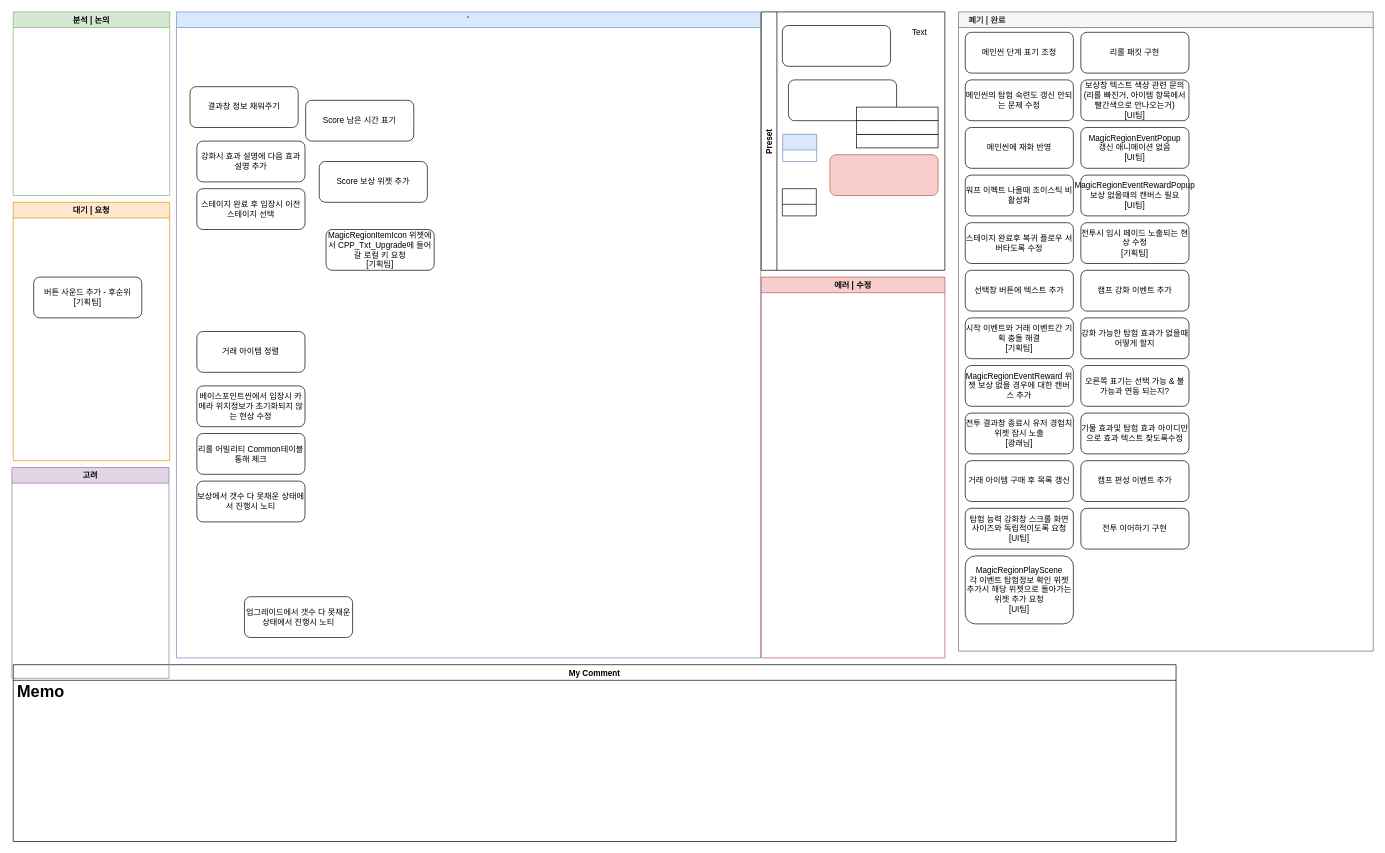
Earlier version of the draw.io diagram 로그라이트.drawio (Endorr/Job-Board). Source tidied: cells renumbered, new cells numbered last; positions are measured from the earlier drawing's top-left corner, leaving out a move shared by most shapes. Both pictures are drawn from the tidied source at 68%, with x=0, y=0 at pixel (12, 12).
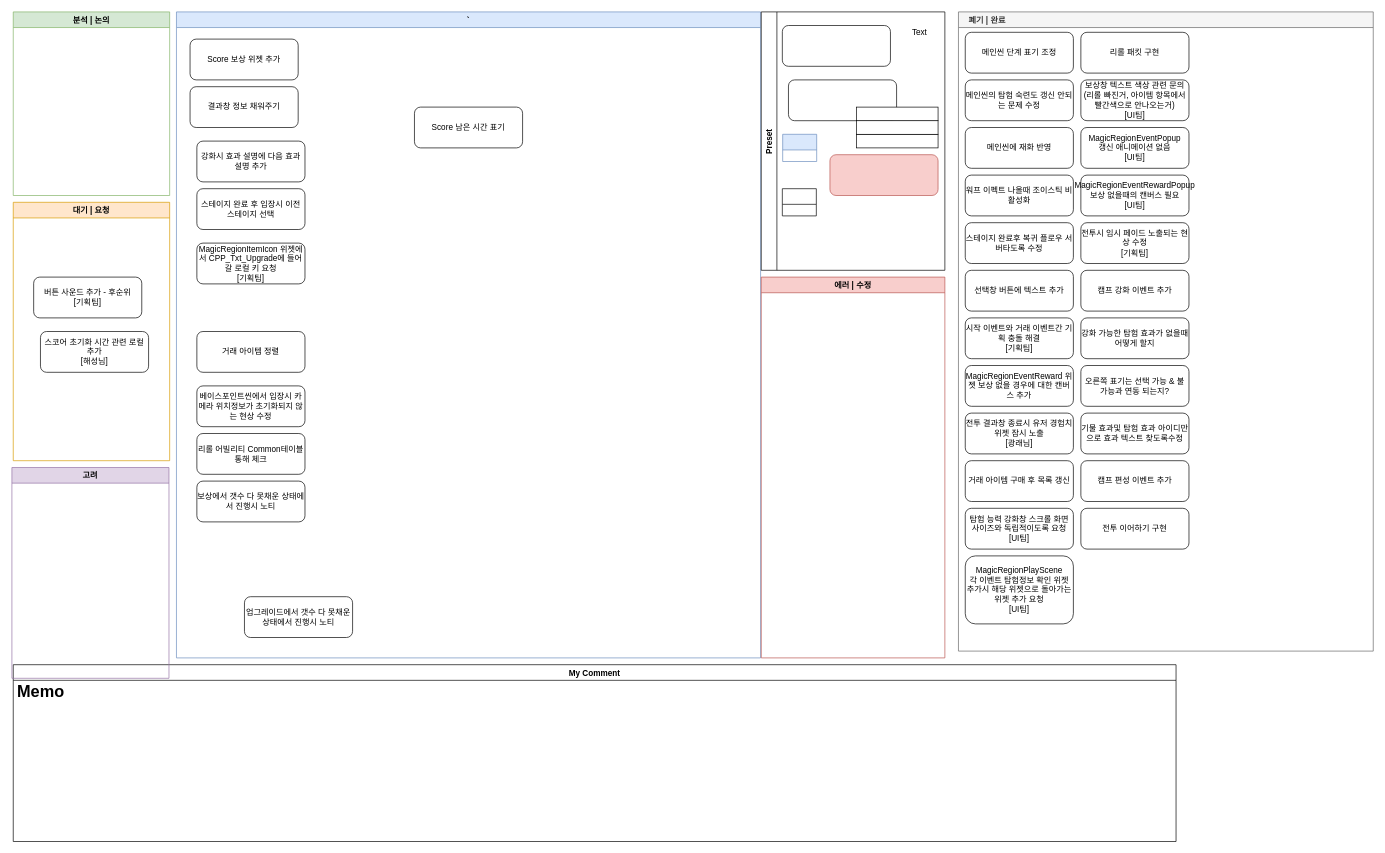
The same diagram, later.

Commit message:
로그라이트.drawio 업데이트

Unchanged cells that the change refers to:
```xml
<mxCell id="2" value="`" style="swimlane;fillColor=#dae8fc;strokeColor=#6c8ebf;" parent="1" vertex="1">
  <mxGeometry x="242" width="859" height="950" as="geometry" />
</mxCell>
<mxCell id="15" value="대기 | 요청" style="swimlane;strokeColor=#d79b00;fillColor=#ffe6cc;" parent="1" vertex="1">
  <mxGeometry x="2" y="280" width="230" height="380" as="geometry" />
</mxCell>
```

Change to the diagram source:
```diff
@@
     <mxCell id="11" value="MagicRegionItemIcon 위젯에서 CPP_Txt_Upgrade에 들어갈 로컬 키 요청&lt;br&gt;[기획팀]" style="rounded=1;whiteSpace=wrap;html=1;" parent="2" vertex="1">
-      <mxGeometry x="220" y="320" width="159" height="60" as="geometry" />
+      <mxGeometry x="30" y="340" width="159" height="60" as="geometry" />
     </mxCell>
     <mxCell id="12" value="Score 남은 시간 표기" style="rounded=1;whiteSpace=wrap;html=1;" parent="2" vertex="1">
-      <mxGeometry x="190" y="130" width="159" height="60" as="geometry" />
+      <mxGeometry x="350" y="140" width="159" height="60" as="geometry" />
     </mxCell>
     <mxCell id="13" value="Score 보상 위젯 추가" style="rounded=1;whiteSpace=wrap;html=1;" parent="2" vertex="1">
-      <mxGeometry x="210" y="220" width="159" height="60" as="geometry" />
+      <mxGeometry x="20" y="40" width="159" height="60" as="geometry" />
     </mxCell>
@@
+    <mxCell id="56" value="스코어 초기화 시간 관련 로컬 추가&lt;br&gt;[해성님]" style="rounded=1;whiteSpace=wrap;html=1;" parent="15" vertex="1">
+      <mxGeometry x="40" y="190" width="159" height="60" as="geometry" />
+    </mxCell>
```
